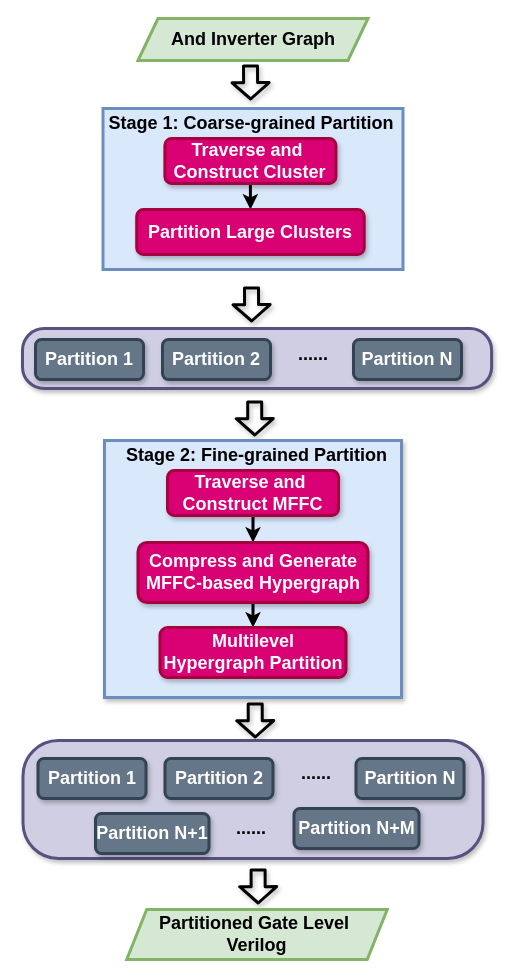
Above: PartitionFlow.drawio in kxzhu0505/LogicSynOpt (draw.io), before the change. Source tidied: cells renumbered, new cells numbered last; positions are measured from the earlier drawing's top-left corner, leaving out a move shared by most shapes. Both pictures are drawn from the tidied source at 100%, with x=0, y=0 at pixel (22, 18).
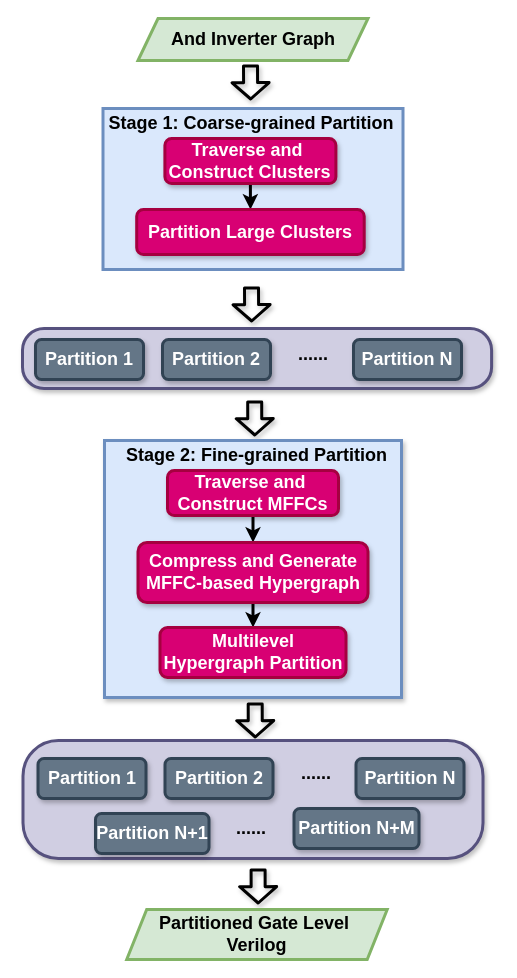
Above is the later version.

What changed in the source:
```diff
@@
-    <mxCell id="24" value="&lt;b style=&quot;&quot;&gt;&lt;font style=&quot;font-size: 18px;&quot;&gt;Traverse and&amp;nbsp; Construct MFFC&lt;/font&gt;&lt;/b&gt;" style="rounded=1;whiteSpace=wrap;html=1;fillColor=#d80073;strokeColor=#A50040;strokeWidth=3;shadow=1;fontColor=#ffffff;" parent="1" vertex="1">
+    <mxCell id="24" value="&lt;b style=&quot;&quot;&gt;&lt;font style=&quot;font-size: 18px;&quot;&gt;Traverse and&amp;nbsp; Construct MFFCs&lt;/font&gt;&lt;/b&gt;" style="rounded=1;whiteSpace=wrap;html=1;fillColor=#d80073;strokeColor=#A50040;strokeWidth=3;shadow=1;fontColor=#ffffff;" parent="1" vertex="1">
       <mxGeometry x="145" y="452" width="171" height="45" as="geometry" />
     </mxCell>
@@
-    <mxCell id="33" value="&lt;b style=&quot;&quot;&gt;&lt;font style=&quot;font-size: 18px;&quot;&gt;Traverse and&amp;nbsp; Construct Cluster&lt;/font&gt;&lt;/b&gt;" style="rounded=1;whiteSpace=wrap;html=1;fillColor=#d80073;strokeColor=#A50040;strokeWidth=3;shadow=1;fontColor=#ffffff;" parent="1" vertex="1">
+    <mxCell id="33" value="&lt;b style=&quot;&quot;&gt;&lt;font style=&quot;font-size: 18px;&quot;&gt;Traverse and&amp;nbsp; Construct Clusters&lt;/font&gt;&lt;/b&gt;" style="rounded=1;whiteSpace=wrap;html=1;fillColor=#d80073;strokeColor=#A50040;strokeWidth=3;shadow=1;fontColor=#ffffff;" parent="1" vertex="1">
       <mxGeometry x="142.4" y="120" width="171" height="45" as="geometry" />
     </mxCell>
```
